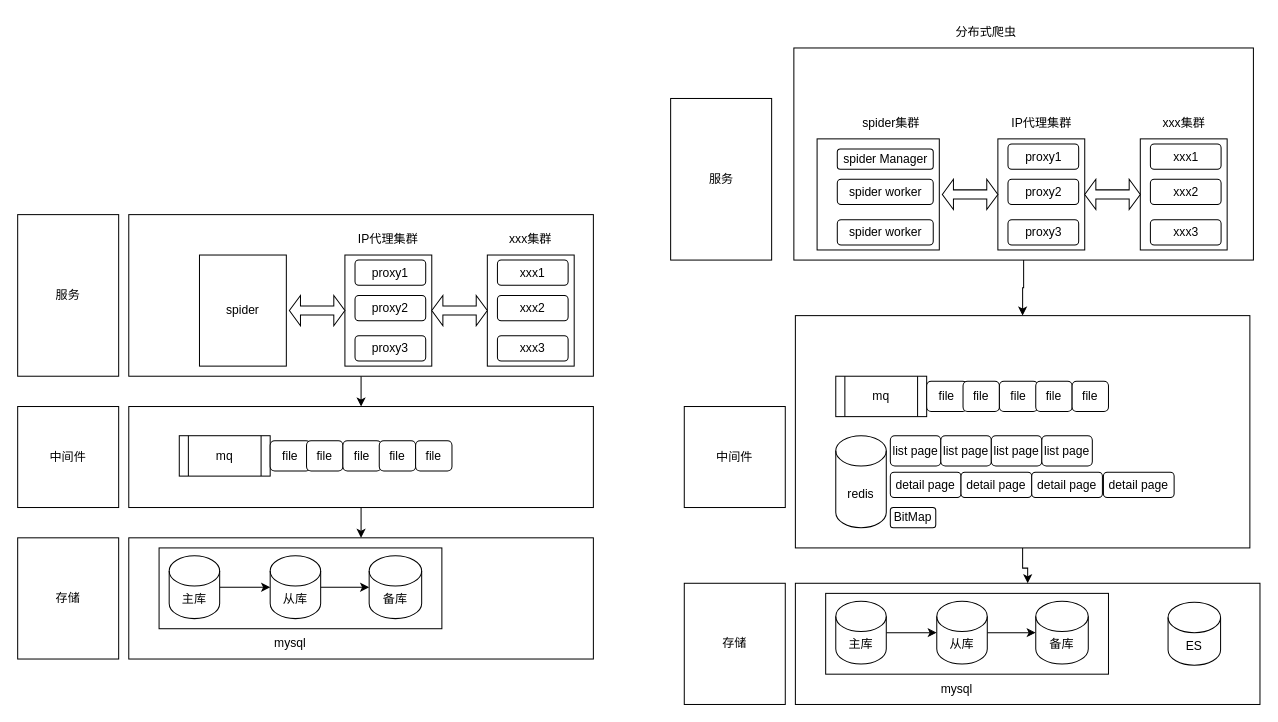
craZzoy/diagram keeps this draw.io diagram as spider.drawio. Above is the earlier version. Source tidied: cells renumbered, new cells numbered last; positions are measured from the earlier drawing's top-left corner, leaving out a move shared by most shapes. Both pictures are drawn from the tidied source at 101%, with x=0, y=0 at pixel (17, 17).
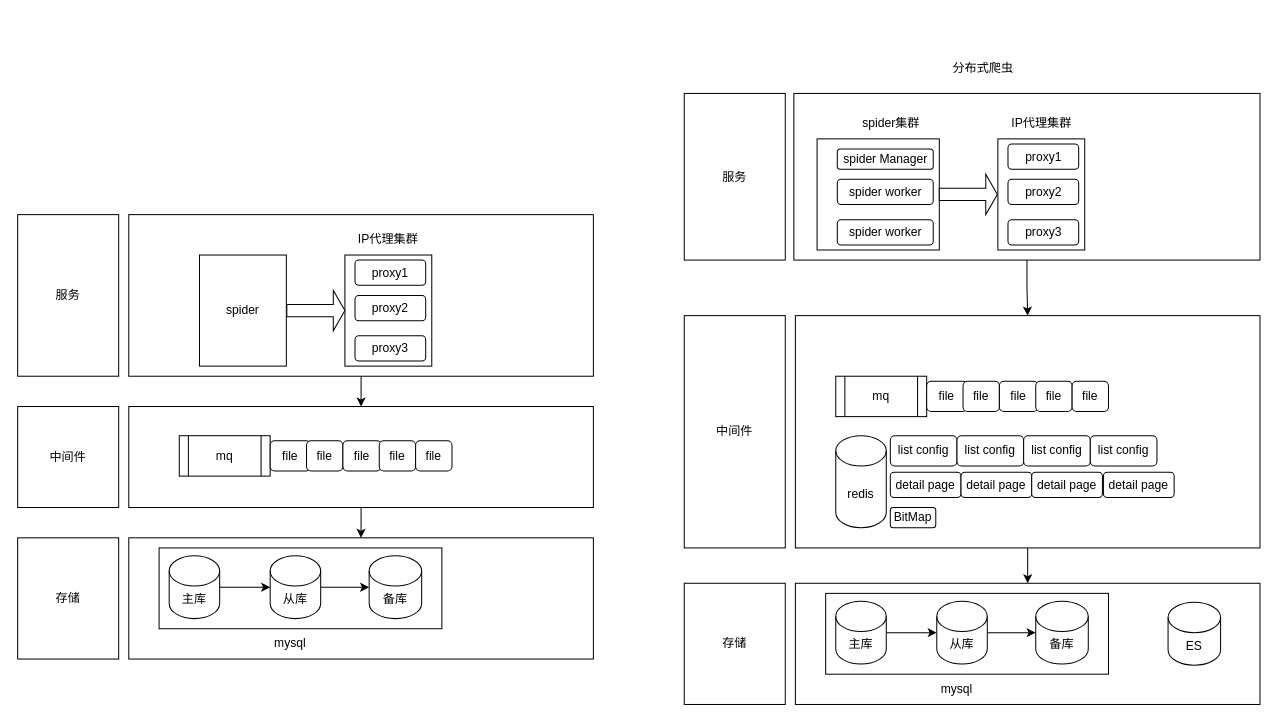
The same page after the edit.

Change to the diagram source:
```diff
@@
-    <mxCell id="18" style="shape=doubleArrow;whiteSpace=wrap;html=1;" parent="1" vertex="1">
-      <mxGeometry x="269" y="275" width="55" height="30" as="geometry" />
-    </mxCell>
@@
-    <mxCell id="25" style="rounded=0;whiteSpace=wrap;html=1;" parent="1" vertex="1">
-      <mxGeometry x="465" y="235" width="86" height="110" as="geometry" />
-    </mxCell>
-    <mxCell id="26" value="xxx1" style="rounded=1;whiteSpace=wrap;html=1;" parent="1" vertex="1">
-      <mxGeometry x="475" y="240" width="70" height="25" as="geometry" />
-    </mxCell>
-    <mxCell id="27" value="xxx2" style="rounded=1;whiteSpace=wrap;html=1;" parent="1" vertex="1">
-      <mxGeometry x="475" y="275" width="70" height="25" as="geometry" />
-    </mxCell>
-    <mxCell id="28" value="xxx3" style="rounded=1;whiteSpace=wrap;html=1;" parent="1" vertex="1">
-      <mxGeometry x="475" y="315" width="70" height="25" as="geometry" />
-    </mxCell>
-    <mxCell id="29" value="xxx集群" style="text;html=1;strokeColor=none;fillColor=none;align=center;verticalAlign=middle;whiteSpace=wrap;rounded=0;" parent="1" vertex="1">
-      <mxGeometry x="465" y="205" width="86" height="30" as="geometry" />
-    </mxCell>
-    <mxCell id="30" style="shape=doubleArrow;whiteSpace=wrap;html=1;" parent="1" vertex="1">
-      <mxGeometry x="410" y="275" width="55" height="30" as="geometry" />
-    </mxCell>
@@
     <mxCell id="39" style="rounded=0;whiteSpace=wrap;html=1;" parent="1" vertex="1">
-      <mxGeometry x="768.5" y="30" width="455" height="210" as="geometry" />
+      <mxGeometry x="768.5" y="75" width="461.5" height="165" as="geometry" />
     </mxCell>
@@
     <mxCell id="41" value="服务" style="rounded=0;whiteSpace=wrap;html=1;" parent="1" vertex="1">
-      <mxGeometry x="646.5" y="80" width="100" height="160" as="geometry" />
+      <mxGeometry x="660" y="75" width="100" height="165" as="geometry" />
     </mxCell>
@@
-    <mxCell id="50" style="shape=doubleArrow;whiteSpace=wrap;html=1;" parent="1" vertex="1">
-      <mxGeometry x="915.5" y="160" width="55" height="30" as="geometry" />
-    </mxCell>
@@
     <mxCell id="52" style="rounded=0;whiteSpace=wrap;html=1;" parent="1" vertex="1">
-      <mxGeometry x="770" y="295" width="450" height="230" as="geometry" />
+      <mxGeometry x="770" y="295" width="460" height="230" as="geometry" />
     </mxCell>
-    <mxCell id="53" value="中间件" style="whiteSpace=wrap;html=1;" parent="1" vertex="1">
-      <mxGeometry x="660" y="385" width="100" height="100" as="geometry" />
-    </mxCell>
@@
-    <mxCell id="57" style="rounded=0;whiteSpace=wrap;html=1;" parent="1" vertex="1">
-      <mxGeometry x="1111.5" y="120" width="86" height="110" as="geometry" />
-    </mxCell>
-    <mxCell id="58" value="xxx1" style="rounded=1;whiteSpace=wrap;html=1;" parent="1" vertex="1">
-      <mxGeometry x="1121.5" y="125" width="70" height="25" as="geometry" />
-    </mxCell>
-    <mxCell id="59" value="xxx2" style="rounded=1;whiteSpace=wrap;html=1;" parent="1" vertex="1">
-      <mxGeometry x="1121.5" y="160" width="70" height="25" as="geometry" />
-    </mxCell>
-    <mxCell id="60" value="xxx3" style="rounded=1;whiteSpace=wrap;html=1;" parent="1" vertex="1">
-      <mxGeometry x="1121.5" y="200" width="70" height="25" as="geometry" />
-    </mxCell>
-    <mxCell id="61" value="xxx集群" style="text;html=1;strokeColor=none;fillColor=none;align=center;verticalAlign=middle;whiteSpace=wrap;rounded=0;" parent="1" vertex="1">
-      <mxGeometry x="1111.5" y="90" width="86" height="30" as="geometry" />
-    </mxCell>
-    <mxCell id="62" style="shape=doubleArrow;whiteSpace=wrap;html=1;" parent="1" vertex="1">
-      <mxGeometry x="1056.5" y="160" width="55" height="30" as="geometry" />
-    </mxCell>
@@
     <mxCell id="64" value="分布式爬虫" style="text;html=1;strokeColor=none;fillColor=none;align=center;verticalAlign=middle;whiteSpace=wrap;rounded=0;" parent="1" vertex="1">
-      <mxGeometry x="915.5" width="86" height="30" as="geometry" />
+      <mxGeometry x="912.5" y="35" width="86" height="30" as="geometry" />
     </mxCell>
@@
-    <mxCell id="76" value="list page" style="rounded=1;whiteSpace=wrap;html=1;" parent="1" vertex="1">
-      <mxGeometry x="864" y="413.9" width="50" height="30" as="geometry" />
+    <mxCell id="76" value="list config" style="rounded=1;whiteSpace=wrap;html=1;" parent="1" vertex="1">
+      <mxGeometry x="864" y="413.9" width="66" height="30" as="geometry" />
     </mxCell>
-    <mxCell id="77" value="list page" style="rounded=1;whiteSpace=wrap;html=1;" parent="1" vertex="1">
-      <mxGeometry x="914" y="413.9" width="50" height="30" as="geometry" />
-    </mxCell>
-    <mxCell id="78" value="list page" style="rounded=1;whiteSpace=wrap;html=1;" parent="1" vertex="1">
-      <mxGeometry x="964" y="413.9" width="50" height="30" as="geometry" />
-    </mxCell>
-    <mxCell id="79" value="list page" style="rounded=1;whiteSpace=wrap;html=1;" parent="1" vertex="1">
-      <mxGeometry x="1014" y="413.9" width="50" height="30" as="geometry" />
-    </mxCell>
@@
+    <mxCell id="53" value="中间件" style="rounded=0;whiteSpace=wrap;html=1;" parent="1" vertex="1">
+      <mxGeometry x="660" y="295" width="100" height="230" as="geometry" />
+    </mxCell>
+    <mxCell id="86" value="list config" style="rounded=1;whiteSpace=wrap;html=1;" parent="1" vertex="1">
+      <mxGeometry x="930" y="413.9" width="66" height="30" as="geometry" />
+    </mxCell>
+    <mxCell id="87" value="list config" style="rounded=1;whiteSpace=wrap;html=1;" parent="1" vertex="1">
+      <mxGeometry x="996" y="413.9" width="66" height="30" as="geometry" />
+    </mxCell>
+    <mxCell id="88" value="list config" style="rounded=1;whiteSpace=wrap;html=1;" parent="1" vertex="1">
+      <mxGeometry x="1062" y="413.9" width="66" height="30" as="geometry" />
+    </mxCell>
+    <mxCell id="89" style="shape=singleArrow;whiteSpace=wrap;html=1;" parent="1" vertex="1">
+      <mxGeometry x="912.5" y="155" width="57.5" height="40" as="geometry" />
+    </mxCell>
+    <mxCell id="90" style="shape=singleArrow;whiteSpace=wrap;html=1;" parent="1" vertex="1">
+      <mxGeometry x="266.5" y="270" width="57.5" height="40" as="geometry" />
+    </mxCell>
```
